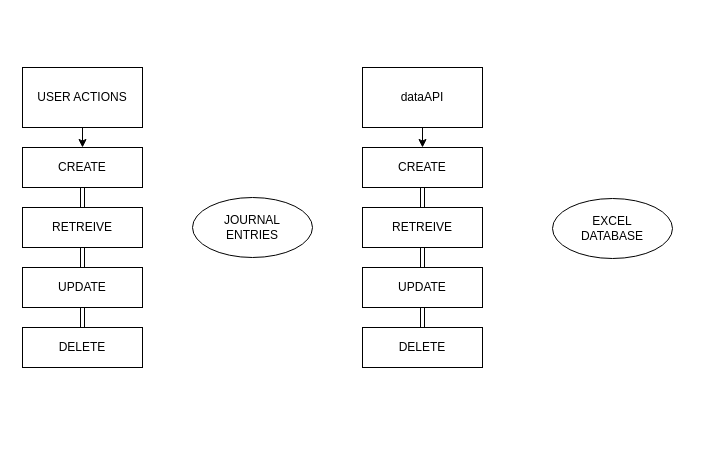
Above: page "API Logic" (2 of 2) of dev/logic.drawio in andodaryl/command-line-journal (draw.io), before the change. Source tidied: cells renumbered, new cells numbered last; positions are measured from the earlier drawing's top-left corner, leaving out a move shared by most shapes. Both pictures are drawn from the tidied source at 100%, with x=0, y=0 at pixel (22, 67).
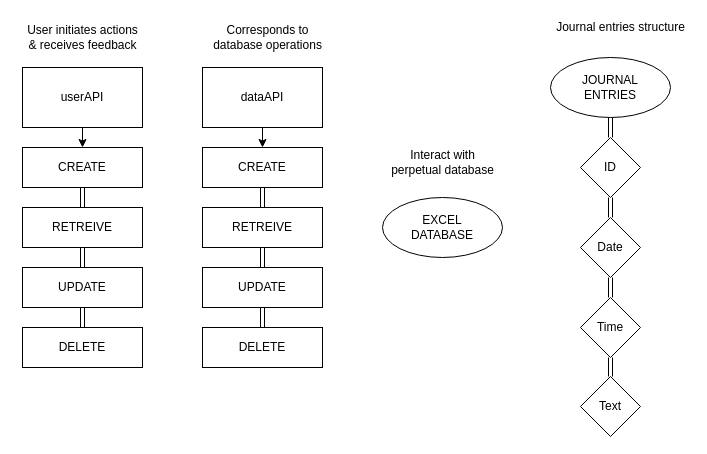
After the change.

Commit message:
Update API logic

The edit, as a diff of the source:
```diff
@@
-    <mxCell id="3" value="USER ACTIONS" style="whiteSpace=wrap;html=1;" parent="1" vertex="1">
+    <mxCell id="3" value="userAPI" style="whiteSpace=wrap;html=1;" parent="1" vertex="1">
       <mxGeometry width="120" height="60" as="geometry" />
     </mxCell>
@@
     <mxCell id="12" value="dataAPI" style="whiteSpace=wrap;html=1;" parent="1" vertex="1">
-      <mxGeometry x="340" width="120" height="60" as="geometry" />
+      <mxGeometry x="180" width="120" height="60" as="geometry" />
     </mxCell>
@@
     <mxCell id="14" value="CREATE" style="whiteSpace=wrap;html=1;" parent="1" vertex="1">
-      <mxGeometry x="340" y="80" width="120" height="40" as="geometry" />
+      <mxGeometry x="180" y="80" width="120" height="40" as="geometry" />
     </mxCell>
@@
     <mxCell id="16" value="RETREIVE" style="whiteSpace=wrap;html=1;" parent="1" vertex="1">
-      <mxGeometry x="340" y="140" width="120" height="40" as="geometry" />
+      <mxGeometry x="180" y="140" width="120" height="40" as="geometry" />
     </mxCell>
@@
     <mxCell id="18" value="UPDATE" style="whiteSpace=wrap;html=1;" parent="1" vertex="1">
-      <mxGeometry x="340" y="200" width="120" height="40" as="geometry" />
+      <mxGeometry x="180" y="200" width="120" height="40" as="geometry" />
     </mxCell>
     <mxCell id="19" value="DELETE" style="whiteSpace=wrap;html=1;" parent="1" vertex="1">
-      <mxGeometry x="340" y="260" width="120" height="40" as="geometry" />
+      <mxGeometry x="180" y="260" width="120" height="40" as="geometry" />
     </mxCell>
+    <mxCell id="22" style="edgeStyle=none;html=1;shape=link;" parent="1" edge="1" source="20" target="24">
+      <mxGeometry relative="1" as="geometry" />
+    </mxCell>
     <mxCell id="20" value="JOURNAL&lt;br&gt;ENTRIES" style="ellipse;whiteSpace=wrap;html=1;" parent="1" vertex="1">
-      <mxGeometry x="170" y="130" width="120" height="60" as="geometry" />
+      <mxGeometry x="528" y="-10" width="120" height="60" as="geometry" />
     </mxCell>
     <mxCell id="21" value="EXCEL&lt;br&gt;DATABASE" style="ellipse;whiteSpace=wrap;html=1;" parent="1" vertex="1">
-      <mxGeometry x="530" y="131" width="120" height="60" as="geometry" />
+      <mxGeometry x="360" y="130" width="120" height="60" as="geometry" />
     </mxCell>
+    <mxCell id="23" style="edgeStyle=none;html=1;shape=link;" parent="1" edge="1" source="24" target="26">
+      <mxGeometry relative="1" as="geometry" />
+    </mxCell>
+    <mxCell id="24" value="ID" style="rhombus;whiteSpace=wrap;html=1;" parent="1" vertex="1">
+      <mxGeometry x="558" y="70" width="60" height="60" as="geometry" />
+    </mxCell>
+    <mxCell id="25" style="edgeStyle=none;html=1;shape=link;" parent="1" edge="1" source="26" target="28">
+      <mxGeometry relative="1" as="geometry" />
+    </mxCell>
+    <mxCell id="26" value="Date" style="rhombus;whiteSpace=wrap;html=1;" parent="1" vertex="1">
+      <mxGeometry x="558" y="150" width="60" height="60" as="geometry" />
+    </mxCell>
+    <mxCell id="27" style="edgeStyle=none;html=1;shape=link;" parent="1" edge="1" source="28" target="29">
+      <mxGeometry relative="1" as="geometry" />
+    </mxCell>
+    <mxCell id="28" value="Time" style="rhombus;whiteSpace=wrap;html=1;" parent="1" vertex="1">
+      <mxGeometry x="558" y="230" width="60" height="60" as="geometry" />
+    </mxCell>
+    <mxCell id="29" value="Text" style="rhombus;whiteSpace=wrap;html=1;" parent="1" vertex="1">
+      <mxGeometry x="558" y="309" width="60" height="60" as="geometry" />
+    </mxCell>
+    <mxCell id="30" value="User initiates actions&lt;br&gt;&amp;amp; receives feedback" style="text;html=1;align=center;verticalAlign=middle;strokeColor=none;fillColor=none;" parent="1" vertex="1">
+      <mxGeometry x="-5" y="-45" width="130" height="30" as="geometry" />
+    </mxCell>
+    <mxCell id="31" value="Journal entries structure" style="text;html=1;align=center;verticalAlign=middle;strokeColor=none;fillColor=none;" parent="1" vertex="1">
+      <mxGeometry x="528" y="-50" width="140" height="20" as="geometry" />
+    </mxCell>
+    <mxCell id="32" value="Corresponds to &lt;br&gt;database operations" style="text;html=1;align=center;verticalAlign=middle;strokeColor=none;fillColor=none;" parent="1" vertex="1">
+      <mxGeometry x="185" y="-45" width="120" height="30" as="geometry" />
+    </mxCell>
+    <mxCell id="33" value="Interact with &lt;br&gt;perpetual database" style="text;html=1;align=center;verticalAlign=middle;strokeColor=none;fillColor=none;" parent="1" vertex="1">
+      <mxGeometry x="360" y="80" width="120" height="30" as="geometry" />
+    </mxCell>
```
